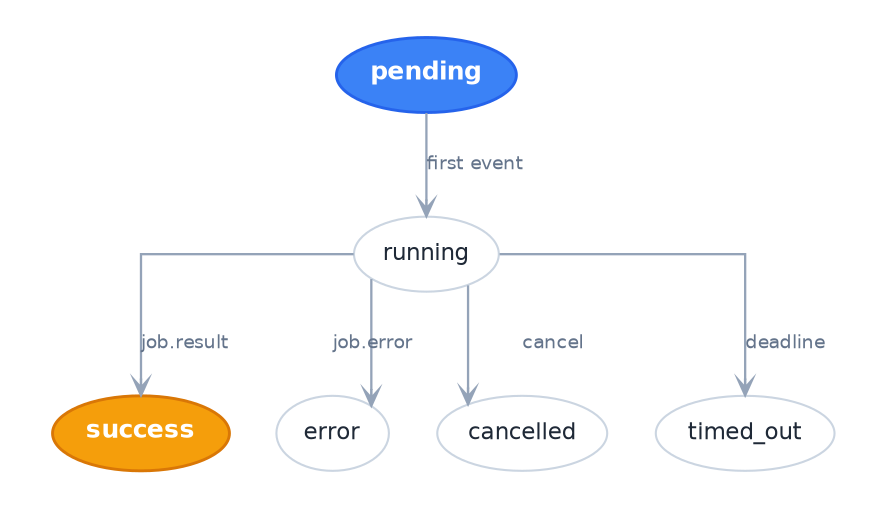
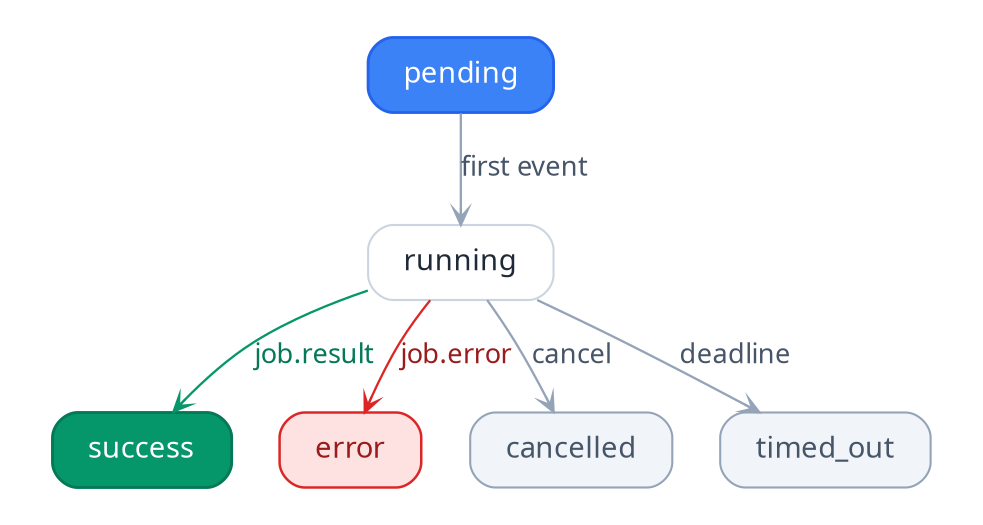
// ARCP job lifecycle FSM (light)
+ // Style harmonized with the PlantUML sequence diagrams: TT Commons Pro
+ // Trial for all text, shared color palette.
// pending → running → { success | error | cancelled | timed_out }
digraph JobLifecycle {
-   rankdir=TB; bgcolor="transparent"; compound=true; fontname="Helvetica";
-   splines=ortho; nodesep=0.32; ranksep=0.55; pad="0.35,0.25";
+   rankdir=TB; bgcolor="transparent"; compound=true;
+   fontname="TT Commons Pro Trial";
+   splines=spline; nodesep=0.32; ranksep=0.55; pad="0.35,0.25";

-   node [shape=ellipse, style="filled", fillcolor="white", color="#CBD5E1",
-         fontname="Helvetica", fontsize=11, fontcolor="#1F2937", penwidth=1.0];
-   edge [fontname="Helvetica", fontsize=9, fontcolor="#64748B", color="#94A3B8",
-         penwidth=1.1, arrowsize=0.75, arrowhead=vee];
+   node [shape=box, style="rounded,filled", fillcolor="white", color="#CBD5E1",
+         fontname="TT Commons Pro Trial", fontsize=14, fontcolor="#1F2937",
+         margin="0.24,0.13", penwidth=1.0];
+   edge [fontname="TT Commons Pro Trial", fontsize=13, fontcolor="#475569",
+         color="#94A3B8", penwidth=1.1, arrowsize=0.75, arrowhead=vee];

-   Pending [label=<<FONT POINT-SIZE="12"><B>pending</B></FONT>>,
+   // Initial state — client palette
+   Pending [label="pending",
           fillcolor="#3B82F6", color="#2563EB", fontcolor="white", penwidth=1.4];
+ 
+   // Active state — neutral
  Running [label="running"];

-   Success   [label=<<FONT POINT-SIZE="12"><B>success</B></FONT>>,
-              fillcolor="#F59E0B", color="#D97706", fontcolor="white", penwidth=1.4];
-   Error     [label="error"];
-   Cancelled [label="cancelled"];
-   TimedOut  [label="timed_out"];
+   // Terminal states — color-coded by outcome (success/error/cancel/timeout)
+   Success   [label="success",
+              fillcolor="#059669", color="#047857", fontcolor="white", penwidth=1.4];
+   Error     [label="error",
+              fillcolor="#FEE2E2", color="#DC2626", fontcolor="#991B1B", penwidth=1.2];
+   Cancelled [label="cancelled",
+              fillcolor="#F1F5F9", color="#94A3B8", fontcolor="#475569"];
+   TimedOut  [label="timed_out",
+              fillcolor="#F1F5F9", color="#94A3B8", fontcolor="#475569"];

  Pending -> Running [label="first event"];

-   Running -> Success   [label="job.result"];
-   Running -> Error     [label="job.error"];
+   Running -> Success   [label="job.result",   color="#059669", fontcolor="#047857"];
+   Running -> Error     [label="job.error",    color="#DC2626", fontcolor="#991B1B"];
  Running -> Cancelled [label="cancel"];
  Running -> TimedOut  [label="deadline"];

  { rank=same; Success; Error; Cancelled; TimedOut; }
}
